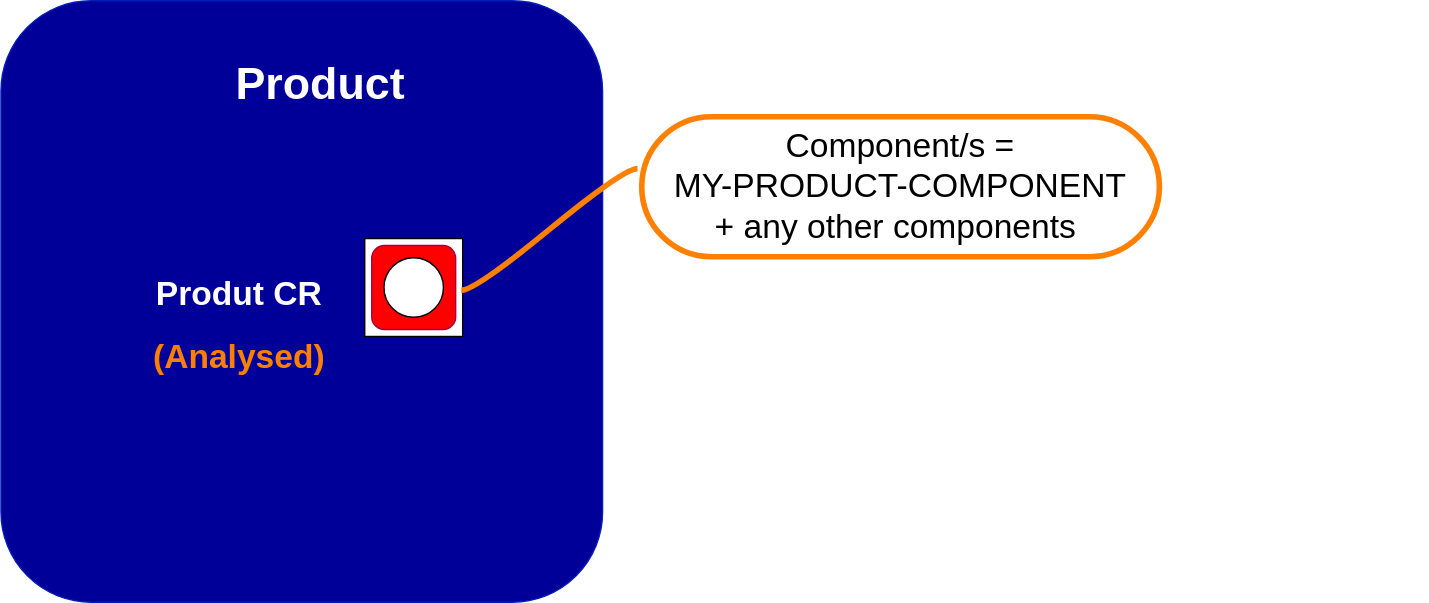
Before: EasySyncAutomaticProject0.svg, a diagram exported from draw.io (alaindelanay/drawings). Source tidied: cells renumbered, new cells last; positions are measured from the earlier drawing's top-left corner, leaving out a move shared by most shapes.
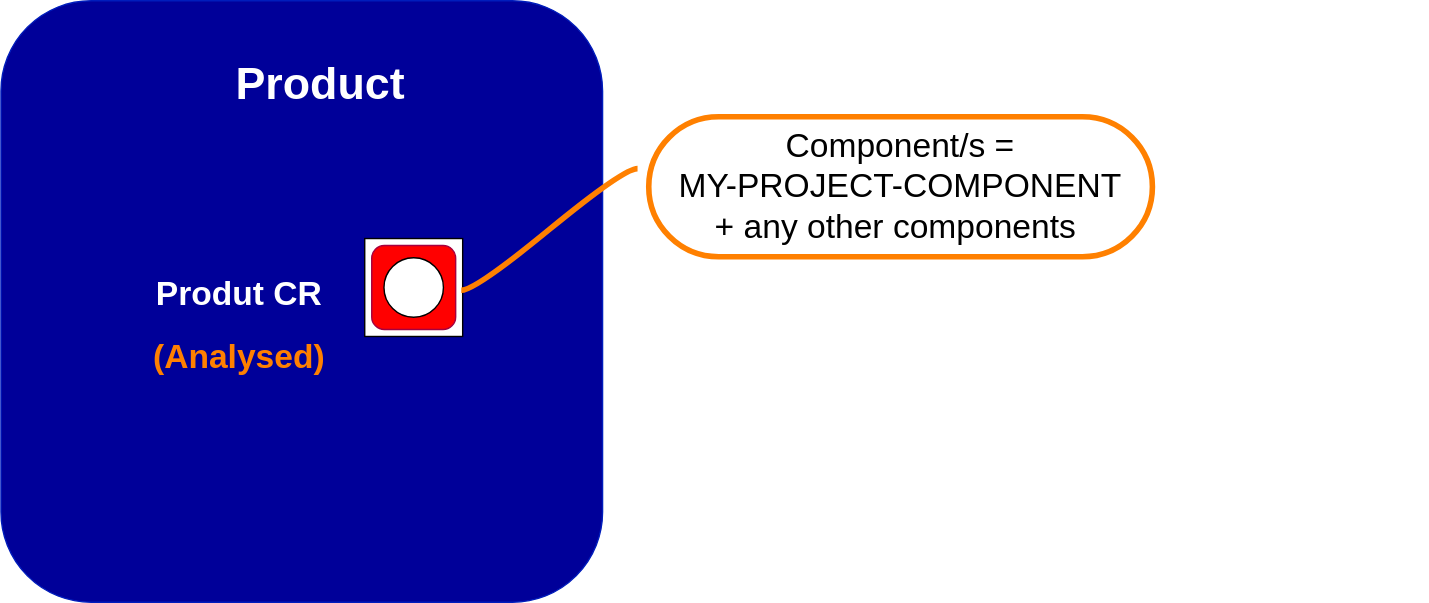
The same diagram one commit later.

Commit message:
Mettre à jour EasySyncAutomaticProject0.svg

Change to the diagram source:
```diff
@@ -32,8 +32,8 @@
     <mxCell id="11" value="&lt;font color=&quot;#ff8000&quot;&gt;(Analysed)&lt;/font&gt;" style="text;strokeColor=none;fillColor=none;html=1;fontSize=24;fontStyle=1;verticalAlign=middle;align=center;" parent="1" vertex="1">
       <mxGeometry x="120" y="235" width="100" height="40" as="geometry" />
     </mxCell>
-    <mxCell id="12" value="&lt;font style=&quot;font-size: 24px;&quot;&gt;Component/s =&lt;br&gt;MY-PRODUCT-COMPONENT&lt;br&gt;+ any other components&amp;nbsp;&lt;/font&gt;" style="whiteSpace=wrap;html=1;rounded=1;arcSize=50;align=center;verticalAlign=middle;strokeWidth=4;spacing=4;newEdgeStyle={&quot;edgeStyle&quot;:&quot;entityRelationEdgeStyle&quot;,&quot;startArrow&quot;:&quot;none&quot;,&quot;endArrow&quot;:&quot;none&quot;,&quot;segment&quot;:10,&quot;curved&quot;:1,&quot;sourcePerimeterSpacing&quot;:0,&quot;targetPerimeterSpacing&quot;:0};strokeColor=#FF8000;" parent="1" vertex="1">
-      <mxGeometry x="458" y="83" width="370" height="100" as="geometry" />
+    <mxCell id="12" value="&lt;font style=&quot;font-size: 24px;&quot;&gt;Component/s =&lt;br&gt;MY-PROJECT-COMPONENT&lt;br&gt;+ any other components&amp;nbsp;&lt;/font&gt;" style="whiteSpace=wrap;html=1;rounded=1;arcSize=50;align=center;verticalAlign=middle;strokeWidth=4;spacing=4;newEdgeStyle={&quot;edgeStyle&quot;:&quot;entityRelationEdgeStyle&quot;,&quot;startArrow&quot;:&quot;none&quot;,&quot;endArrow&quot;:&quot;none&quot;,&quot;segment&quot;:10,&quot;curved&quot;:1,&quot;sourcePerimeterSpacing&quot;:0,&quot;targetPerimeterSpacing&quot;:0};strokeColor=#FF8000;" parent="1" vertex="1">
+      <mxGeometry x="463" y="83" width="360" height="100" as="geometry" />
     </mxCell>
     <mxCell id="13" style="edgeStyle=entityRelationEdgeStyle;startArrow=none;endArrow=none;segment=10;curved=1;sourcePerimeterSpacing=0;targetPerimeterSpacing=0;rounded=0;exitX=0.986;exitY=0.457;exitDx=0;exitDy=0;exitPerimeter=0;strokeColor=#FF8000;strokeWidth=4;" parent="1" edge="1">
       <mxGeometry relative="1" as="geometry">
```
